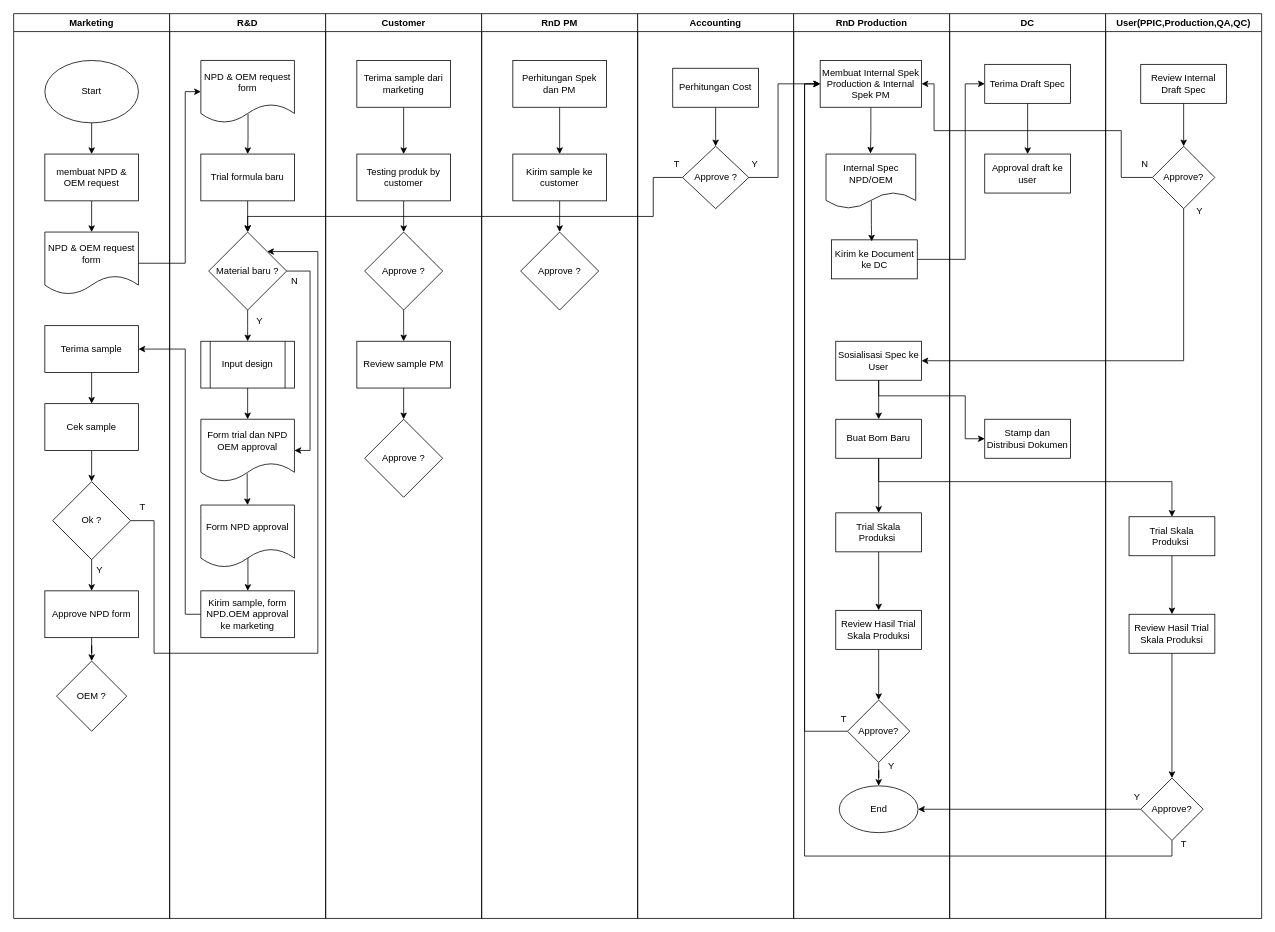
This is page "Copy of SOP R&D New Product Launch (Biscuit)" (16 of 28) of SOP Agro.drawio from wilhelmus098/pf, a draw.io file, before an edit. Source tidied: cells renumbered, new cells numbered last; positions are measured from the earlier drawing's top-left corner, leaving out a move shared by most shapes. Both pictures are drawn from the tidied source at 78%, with x=0, y=0 at pixel (13, 13).
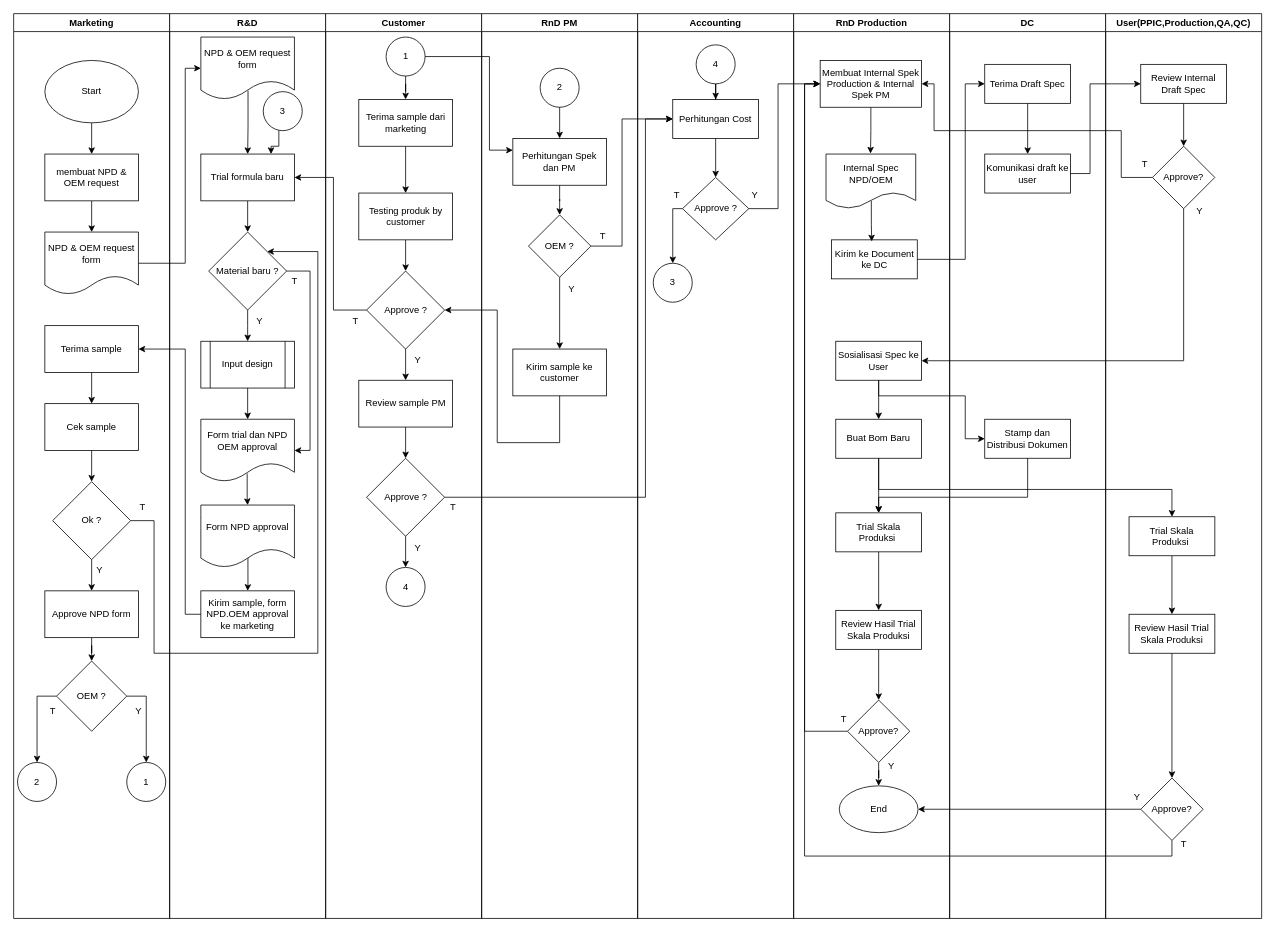
Above is the later version.

The change refers to these unchanged cells:
```xml
<mxCell id="2" value="Marketing" style="swimlane;whiteSpace=wrap;html=1;" parent="1" vertex="1">
  <mxGeometry width="200" height="1160" as="geometry" />
</mxCell>
<mxCell id="7" value="NPD &amp;amp; OEM request form" style="shape=document;whiteSpace=wrap;html=1;boundedLbl=1;" parent="2" vertex="1">
  <mxGeometry x="40" y="280" width="120" height="80" as="geometry" />
</mxCell>
<mxCell id="18" value="OEM ?" style="rhombus;whiteSpace=wrap;html=1;" parent="2" vertex="1">
  <mxGeometry x="55" y="830" width="90" height="90" as="geometry" />
</mxCell>
<mxCell id="19" value="R&amp;amp;D" style="swimlane;whiteSpace=wrap;html=1;" parent="1" vertex="1">
  <mxGeometry x="200" width="200" height="1160" as="geometry" />
</mxCell>
<mxCell id="23" value="Trial formula baru" style="rounded=0;whiteSpace=wrap;html=1;" parent="19" vertex="1">
  <mxGeometry x="40" y="180" width="120" height="60" as="geometry" />
</mxCell>
<mxCell id="25" value="Material baru ?" style="rhombus;whiteSpace=wrap;html=1;" parent="19" vertex="1">
  <mxGeometry x="50" y="280" width="100" height="100" as="geometry" />
</mxCell>
<mxCell id="37" value="Customer" style="swimlane;whiteSpace=wrap;html=1;startSize=23;" parent="1" vertex="1">
  <mxGeometry x="400" width="200" height="1160" as="geometry" />
</mxCell>
<mxCell id="49" value="RnD PM" style="swimlane;whiteSpace=wrap;html=1;startSize=23;" parent="1" vertex="1">
  <mxGeometry x="600" width="200" height="1160" as="geometry" />
</mxCell>
<mxCell id="55" value="Accounting" style="swimlane;whiteSpace=wrap;html=1;startSize=23;" parent="1" vertex="1">
  <mxGeometry x="800" width="200" height="1160" as="geometry" />
</mxCell>
<mxCell id="63" value="Membuat Internal Spek Production &amp;amp; Internal Spek PM" style="rounded=0;whiteSpace=wrap;html=1;" parent="61" vertex="1">
  <mxGeometry x="34" y="60" width="130" height="60" as="geometry" />
</mxCell>
<mxCell id="70" value="Buat Bom Baru" style="rounded=0;whiteSpace=wrap;html=1;" parent="61" vertex="1">
  <mxGeometry x="54" y="520" width="110" height="50" as="geometry" />
</mxCell>
<mxCell id="71" value="Trial Skala Produksi&amp;nbsp;" style="rounded=0;whiteSpace=wrap;html=1;" parent="61" vertex="1">
  <mxGeometry x="54" y="640" width="110" height="50" as="geometry" />
</mxCell>
<mxCell id="83" value="DC" style="swimlane;whiteSpace=wrap;html=1;startSize=23;" parent="1" vertex="1">
  <mxGeometry x="1200" width="200" height="1160" as="geometry" />
</mxCell>
<mxCell id="87" value="Stamp dan Distribusi Dokumen" style="rounded=0;whiteSpace=wrap;html=1;" parent="83" vertex="1">
  <mxGeometry x="45" y="520" width="110" height="50" as="geometry" />
</mxCell>
<mxCell id="91" value="Review Internal Draft Spec" style="rounded=0;whiteSpace=wrap;html=1;" parent="89" vertex="1">
  <mxGeometry x="45" y="65" width="110" height="50" as="geometry" />
</mxCell>
<mxCell id="94" value="Trial Skala Produksi&amp;nbsp;" style="rounded=0;whiteSpace=wrap;html=1;" parent="89" vertex="1">
  <mxGeometry x="30" y="645" width="110" height="50" as="geometry" />
</mxCell>
```

Change to the diagram source:
```diff
@@
+    <mxCell id="108" style="edgeStyle=orthogonalEdgeStyle;rounded=0;jettySize=auto;html=1;entryX=0.5;entryY=0;entryDx=0;entryDy=0;" parent="2" edge="1" source="18" target="111">
+      <mxGeometry relative="1" as="geometry">
+        <Array as="points">
+          <mxPoint x="30" y="875" />
+        </Array>
+      </mxGeometry>
+    </mxCell>
+    <mxCell id="109" style="edgeStyle=orthogonalEdgeStyle;rounded=0;jettySize=auto;html=1;entryX=0.5;entryY=0;entryDx=0;entryDy=0;" parent="2" edge="1" source="18" target="112">
+      <mxGeometry relative="1" as="geometry">
+        <Array as="points">
+          <mxPoint x="170" y="875" />
+        </Array>
+      </mxGeometry>
+    </mxCell>
@@
+    <mxCell id="110" value="Y" style="text;html=1;align=center;verticalAlign=middle;strokeColor=none;fillColor=none;" parent="2" vertex="1">
+      <mxGeometry x="145" y="880" width="30" height="30" as="geometry" />
+    </mxCell>
+    <mxCell id="111" value="2" style="ellipse;whiteSpace=wrap;html=1;" parent="2" vertex="1">
+      <mxGeometry x="5" y="960" width="50" height="50" as="geometry" />
+    </mxCell>
+    <mxCell id="112" value="1" style="ellipse;whiteSpace=wrap;html=1;" parent="2" vertex="1">
+      <mxGeometry x="145" y="960" width="50" height="50" as="geometry" />
+    </mxCell>
+    <mxCell id="113" value="T" style="text;html=1;align=center;verticalAlign=middle;strokeColor=none;fillColor=none;" parent="2" vertex="1">
+      <mxGeometry x="35" y="880" width="30" height="30" as="geometry" />
+    </mxCell>
@@
     <mxCell id="21" value="NPD &amp;amp; OEM request form" style="shape=document;whiteSpace=wrap;html=1;boundedLbl=1;" parent="19" vertex="1">
-      <mxGeometry x="40" y="60" width="120" height="80" as="geometry" />
+      <mxGeometry x="40" y="30" width="120" height="80" as="geometry" />
     </mxCell>
@@
-    <mxCell id="32" value="N" style="text;html=1;align=center;verticalAlign=middle;strokeColor=none;fillColor=none;" parent="19" vertex="1">
+    <mxCell id="32" value="T" style="text;html=1;align=center;verticalAlign=middle;strokeColor=none;fillColor=none;" parent="19" vertex="1">
       <mxGeometry x="145" y="328" width="30" height="30" as="geometry" />
     </mxCell>
@@
+    <mxCell id="114" style="edgeStyle=orthogonalEdgeStyle;rounded=0;jettySize=auto;html=1;entryX=0.75;entryY=0;entryDx=0;entryDy=0;" parent="19" edge="1" source="115" target="23">
+      <mxGeometry relative="1" as="geometry">
+        <Array as="points">
+          <mxPoint x="140" y="170" />
+          <mxPoint x="130" y="170" />
+        </Array>
+      </mxGeometry>
+    </mxCell>
+    <mxCell id="115" value="3" style="ellipse;whiteSpace=wrap;html=1;" parent="19" vertex="1">
+      <mxGeometry x="120" y="100" width="50" height="50" as="geometry" />
+    </mxCell>
     <mxCell id="36" style="endArrow=classic;html=1;rounded=0;exitX=1;exitY=0.5;exitDx=0;exitDy=0;entryX=0;entryY=0.5;entryDx=0;entryDy=0;" parent="1" edge="1" source="7" target="21">
       <mxGeometry relative="1" as="geometry">
         <Array as="points">
           <mxPoint x="220" y="320" />
-          <mxPoint x="220" y="100" />
+          <mxPoint x="220" y="70" />
         </Array>
       </mxGeometry>
     </mxCell>
@@
     <mxCell id="39" value="Terima sample dari marketing" style="rounded=0;whiteSpace=wrap;html=1;" parent="37" vertex="1">
-      <mxGeometry x="40" y="60" width="120" height="60" as="geometry" />
+      <mxGeometry x="42.5" y="110" width="120" height="60" as="geometry" />
     </mxCell>
@@
     <mxCell id="41" value="Testing produk by customer" style="rounded=0;whiteSpace=wrap;html=1;" parent="37" vertex="1">
-      <mxGeometry x="40" y="180" width="120" height="60" as="geometry" />
+      <mxGeometry x="42.5" y="230" width="120" height="60" as="geometry" />
     </mxCell>
@@
     <mxCell id="43" value="Approve ?" style="rhombus;whiteSpace=wrap;html=1;" parent="37" vertex="1">
-      <mxGeometry x="50" y="280" width="100" height="100" as="geometry" />
+      <mxGeometry x="52.5" y="330" width="100" height="100" as="geometry" />
     </mxCell>
@@
     <mxCell id="45" value="Review sample PM" style="rounded=0;whiteSpace=wrap;html=1;" parent="37" vertex="1">
-      <mxGeometry x="40" y="420" width="120" height="60" as="geometry" />
+      <mxGeometry x="42.5" y="470" width="120" height="60" as="geometry" />
     </mxCell>
+    <mxCell id="116" style="edgeStyle=orthogonalEdgeStyle;rounded=0;jettySize=auto;html=1;entryX=0.5;entryY=0;entryDx=0;entryDy=0;" parent="37" edge="1" source="46" target="123">
+      <mxGeometry relative="1" as="geometry" />
+    </mxCell>
     <mxCell id="46" value="Approve ?" style="rhombus;whiteSpace=wrap;html=1;" parent="37" vertex="1">
-      <mxGeometry x="50" y="520" width="100" height="100" as="geometry" />
+      <mxGeometry x="52.5" y="570" width="100" height="100" as="geometry" />
     </mxCell>
+    <mxCell id="117" value="Y" style="text;html=1;align=center;verticalAlign=middle;strokeColor=none;fillColor=none;" parent="37" vertex="1">
+      <mxGeometry x="102.5" y="430" width="30" height="30" as="geometry" />
+    </mxCell>
+    <mxCell id="118" value="T" style="text;html=1;align=center;verticalAlign=middle;strokeColor=none;fillColor=none;" parent="37" vertex="1">
+      <mxGeometry x="22.5" y="380" width="30" height="30" as="geometry" />
+    </mxCell>
+    <mxCell id="119" value="T" style="text;html=1;align=center;verticalAlign=middle;strokeColor=none;fillColor=none;" parent="37" vertex="1">
+      <mxGeometry x="147.5" y="618" width="30" height="30" as="geometry" />
+    </mxCell>
+    <mxCell id="120" value="Y" style="text;html=1;align=center;verticalAlign=middle;strokeColor=none;fillColor=none;" parent="37" vertex="1">
+      <mxGeometry x="102.5" y="670" width="30" height="30" as="geometry" />
+    </mxCell>
+    <mxCell id="121" style="edgeStyle=orthogonalEdgeStyle;rounded=0;jettySize=auto;html=1;" parent="37" edge="1" source="122" target="39">
+      <mxGeometry relative="1" as="geometry" />
+    </mxCell>
+    <mxCell id="122" value="1" style="ellipse;whiteSpace=wrap;html=1;" parent="37" vertex="1">
+      <mxGeometry x="77.5" y="30" width="50" height="50" as="geometry" />
+    </mxCell>
+    <mxCell id="123" value="4" style="ellipse;whiteSpace=wrap;html=1;" parent="37" vertex="1">
+      <mxGeometry x="77.5" y="710" width="50" height="50" as="geometry" />
+    </mxCell>
@@
-    <mxCell id="50" style="edgeStyle=orthogonalEdgeStyle;rounded=0;jettySize=auto;html=1;" parent="49" edge="1" source="51" target="53">
-      <mxGeometry relative="1" as="geometry" />
-    </mxCell>
+    <mxCell id="124" style="edgeStyle=orthogonalEdgeStyle;rounded=0;jettySize=auto;html=1;" parent="49" edge="1" source="51" target="126">
+      <mxGeometry relative="1" as="geometry" />
+    </mxCell>
     <mxCell id="51" value="Perhitungan Spek dan PM" style="rounded=0;whiteSpace=wrap;html=1;" parent="49" vertex="1">
-      <mxGeometry x="40" y="60" width="120" height="60" as="geometry" />
+      <mxGeometry x="40" y="160" width="120" height="60" as="geometry" />
     </mxCell>
-    <mxCell id="52" style="edgeStyle=orthogonalEdgeStyle;rounded=0;jettySize=auto;html=1;" parent="49" edge="1" source="53" target="54">
-      <mxGeometry relative="1" as="geometry" />
-    </mxCell>
     <mxCell id="53" value="Kirim sample ke customer" style="rounded=0;whiteSpace=wrap;html=1;" parent="49" vertex="1">
-      <mxGeometry x="40" y="180" width="120" height="60" as="geometry" />
+      <mxGeometry x="40" y="430" width="120" height="60" as="geometry" />
     </mxCell>
-    <mxCell id="54" value="Approve ?" style="rhombus;whiteSpace=wrap;html=1;" parent="49" vertex="1">
-      <mxGeometry x="50" y="280" width="100" height="100" as="geometry" />
-    </mxCell>
+    <mxCell id="125" style="edgeStyle=orthogonalEdgeStyle;rounded=0;jettySize=auto;html=1;" parent="49" edge="1" source="126" target="53">
+      <mxGeometry relative="1" as="geometry" />
+    </mxCell>
+    <mxCell id="126" value="OEM ?" style="rhombus;whiteSpace=wrap;html=1;" parent="49" vertex="1">
+      <mxGeometry x="60" y="258" width="80" height="80" as="geometry" />
+    </mxCell>
+    <mxCell id="127" value="Y" style="text;html=1;align=center;verticalAlign=middle;strokeColor=none;fillColor=none;" parent="49" vertex="1">
+      <mxGeometry x="100" y="338" width="30" height="30" as="geometry" />
+    </mxCell>
+    <mxCell id="128" value="T" style="text;html=1;align=center;verticalAlign=middle;strokeColor=none;fillColor=none;" parent="49" vertex="1">
+      <mxGeometry x="140" y="270" width="30" height="30" as="geometry" />
+    </mxCell>
+    <mxCell id="129" value="2" style="ellipse;whiteSpace=wrap;html=1;" parent="49" vertex="1">
+      <mxGeometry x="75" y="70" width="50" height="50" as="geometry" />
+    </mxCell>
+    <mxCell id="130" style="edgeStyle=orthogonalEdgeStyle;rounded=0;jettySize=auto;html=1;entryX=0.5;entryY=0;entryDx=0;entryDy=0;" parent="49" edge="1" source="129" target="51">
+      <mxGeometry relative="1" as="geometry" />
+    </mxCell>
@@
     <mxCell id="57" value="Perhitungan Cost" style="rounded=0;whiteSpace=wrap;html=1;" parent="55" vertex="1">
-      <mxGeometry x="45" y="70" width="110" height="50" as="geometry" />
+      <mxGeometry x="45" y="110" width="110" height="50" as="geometry" />
     </mxCell>
+    <mxCell id="131" style="edgeStyle=orthogonalEdgeStyle;rounded=0;jettySize=auto;html=1;entryX=0.5;entryY=0;entryDx=0;entryDy=0;" parent="55" edge="1" source="58" target="132">
+      <mxGeometry relative="1" as="geometry">
+        <Array as="points">
+          <mxPoint x="45" y="250" />
+        </Array>
+      </mxGeometry>
+    </mxCell>
     <mxCell id="58" value="Approve ?" style="rhombus;whiteSpace=wrap;html=1;" parent="55" vertex="1">
-      <mxGeometry x="57.5" y="170" width="85" height="80" as="geometry" />
+      <mxGeometry x="57.5" y="210" width="85" height="80" as="geometry" />
     </mxCell>
-    <mxCell id="59" style="edgeStyle=orthogonalEdgeStyle;rounded=0;jettySize=auto;html=1;" parent="1" edge="1" source="58" target="25">
-      <mxGeometry relative="1" as="geometry">
-        <Array as="points">
-          <mxPoint x="820" y="210" />
-          <mxPoint x="820" y="260" />
-          <mxPoint x="300" y="260" />
-        </Array>
-      </mxGeometry>
-    </mxCell>
+    <mxCell id="132" value="3" style="ellipse;whiteSpace=wrap;html=1;" parent="55" vertex="1">
+      <mxGeometry x="20" y="320" width="50" height="50" as="geometry" />
+    </mxCell>
-    <mxCell id="60" value="T" style="text;html=1;align=center;verticalAlign=middle;strokeColor=none;fillColor=none;" parent="1" vertex="1">
-      <mxGeometry x="835" y="178" width="30" height="30" as="geometry" />
+    <mxCell id="60" value="T" style="text;html=1;align=center;verticalAlign=middle;strokeColor=none;fillColor=none;" parent="55" vertex="1">
+      <mxGeometry x="35" y="218" width="30" height="30" as="geometry" />
     </mxCell>
+    <mxCell id="82" value="Y" style="text;html=1;align=center;verticalAlign=middle;strokeColor=none;fillColor=none;" parent="55" vertex="1">
+      <mxGeometry x="135" y="218" width="30" height="30" as="geometry" />
+    </mxCell>
+    <mxCell id="133" style="edgeStyle=orthogonalEdgeStyle;rounded=0;jettySize=auto;html=1;" parent="55" edge="1" source="134" target="57">
+      <mxGeometry relative="1" as="geometry" />
+    </mxCell>
+    <mxCell id="134" value="4" style="ellipse;whiteSpace=wrap;html=1;" parent="55" vertex="1">
+      <mxGeometry x="75" y="40" width="50" height="50" as="geometry" />
+    </mxCell>
@@
     <mxCell id="81" style="edgeStyle=orthogonalEdgeStyle;rounded=0;jettySize=auto;html=1;entryX=0;entryY=0.5;entryDx=0;entryDy=0;" parent="1" edge="1" source="58" target="63">
       <mxGeometry relative="1" as="geometry">
         <Array as="points">
-          <mxPoint x="980" y="210" />
+          <mxPoint x="980" y="250" />
           <mxPoint x="980" y="90" />
         </Array>
       </mxGeometry>
     </mxCell>
-    <mxCell id="82" value="Y" style="text;html=1;align=center;verticalAlign=middle;strokeColor=none;fillColor=none;" parent="1" vertex="1">
-      <mxGeometry x="935" y="178" width="30" height="30" as="geometry" />
-    </mxCell>
@@
-    <mxCell id="86" value="Approval draft ke user" style="rounded=0;whiteSpace=wrap;html=1;" parent="83" vertex="1">
+    <mxCell id="86" value="Komunikasi draft ke user" style="rounded=0;whiteSpace=wrap;html=1;" parent="83" vertex="1">
       <mxGeometry x="45" y="180" width="110" height="50" as="geometry" />
     </mxCell>
@@
-    <mxCell id="101" value="N" style="text;html=1;align=center;verticalAlign=middle;strokeColor=none;fillColor=none;" parent="1" vertex="1">
+    <mxCell id="101" value="T" style="text;html=1;align=center;verticalAlign=middle;strokeColor=none;fillColor=none;" parent="1" vertex="1">
       <mxGeometry x="1435" y="178" width="30" height="30" as="geometry" />
     </mxCell>
@@
     <mxCell id="105" style="edgeStyle=orthogonalEdgeStyle;rounded=0;jettySize=auto;html=1;entryX=0.5;entryY=0;entryDx=0;entryDy=0;" parent="1" edge="1" source="70" target="94">
       <mxGeometry relative="1" as="geometry">
         <Array as="points">
-          <mxPoint x="1109" y="600" />
-          <mxPoint x="1485" y="600" />
+          <mxPoint x="1109" y="610" />
+          <mxPoint x="1485" y="610" />
         </Array>
       </mxGeometry>
     </mxCell>
@@
+    <mxCell id="135" style="endArrow=classic;html=1;rounded=0;exitX=0;exitY=0.5;exitDx=0;exitDy=0;entryX=1;entryY=0.5;entryDx=0;entryDy=0;" parent="1" edge="1" source="43" target="23">
+      <mxGeometry relative="1" as="geometry">
+        <Array as="points">
+          <mxPoint x="410" y="380" />
+          <mxPoint x="410" y="210" />
+        </Array>
+      </mxGeometry>
+    </mxCell>
+    <mxCell id="136" style="edgeStyle=orthogonalEdgeStyle;rounded=0;jettySize=auto;html=1;exitX=1;exitY=0.5;exitDx=0;exitDy=0;entryX=0;entryY=0.5;entryDx=0;entryDy=0;" parent="1" edge="1" source="86" target="91">
+      <mxGeometry relative="1" as="geometry">
+        <Array as="points">
+          <mxPoint x="1380" y="205" />
+          <mxPoint x="1380" y="90" />
+        </Array>
+      </mxGeometry>
+    </mxCell>
+    <mxCell id="137" style="edgeStyle=orthogonalEdgeStyle;rounded=0;jettySize=auto;html=1;entryX=0;entryY=0.5;entryDx=0;entryDy=0;" parent="1" edge="1" source="46" target="57">
+      <mxGeometry relative="1" as="geometry">
+        <Array as="points">
+          <mxPoint x="810" y="620" />
+          <mxPoint x="810" y="135" />
+        </Array>
+      </mxGeometry>
+    </mxCell>
+    <mxCell id="138" style="edgeStyle=orthogonalEdgeStyle;rounded=0;jettySize=auto;html=1;entryX=1;entryY=0.5;entryDx=0;entryDy=0;" parent="1" edge="1" source="53" target="43">
+      <mxGeometry relative="1" as="geometry">
+        <Array as="points">
+          <mxPoint x="700" y="550" />
+          <mxPoint x="620" y="550" />
+          <mxPoint x="620" y="380" />
+        </Array>
+      </mxGeometry>
+    </mxCell>
+    <mxCell id="139" style="edgeStyle=orthogonalEdgeStyle;rounded=0;jettySize=auto;html=1;exitX=1;exitY=0.5;exitDx=0;exitDy=0;entryX=0;entryY=0.25;entryDx=0;entryDy=0;" parent="1" edge="1" source="122" target="51">
+      <mxGeometry relative="1" as="geometry">
+        <Array as="points">
+          <mxPoint x="610" y="55" />
+          <mxPoint x="610" y="175" />
+        </Array>
+      </mxGeometry>
+    </mxCell>
+    <mxCell id="140" style="edgeStyle=orthogonalEdgeStyle;rounded=0;jettySize=auto;html=1;entryX=0;entryY=0.5;entryDx=0;entryDy=0;" parent="1" edge="1" source="126" target="57">
+      <mxGeometry relative="1" as="geometry">
+        <Array as="points">
+          <mxPoint x="780" y="298" />
+          <mxPoint x="780" y="135" />
+        </Array>
+      </mxGeometry>
+    </mxCell>
+    <mxCell id="141" style="edgeStyle=orthogonalEdgeStyle;rounded=0;jettySize=auto;html=1;entryX=0.5;entryY=0;entryDx=0;entryDy=0;" parent="1" edge="1" source="87" target="71">
+      <mxGeometry relative="1" as="geometry">
+        <Array as="points">
+          <mxPoint x="1300" y="620" />
+          <mxPoint x="1109" y="620" />
+        </Array>
+      </mxGeometry>
+    </mxCell>
```
